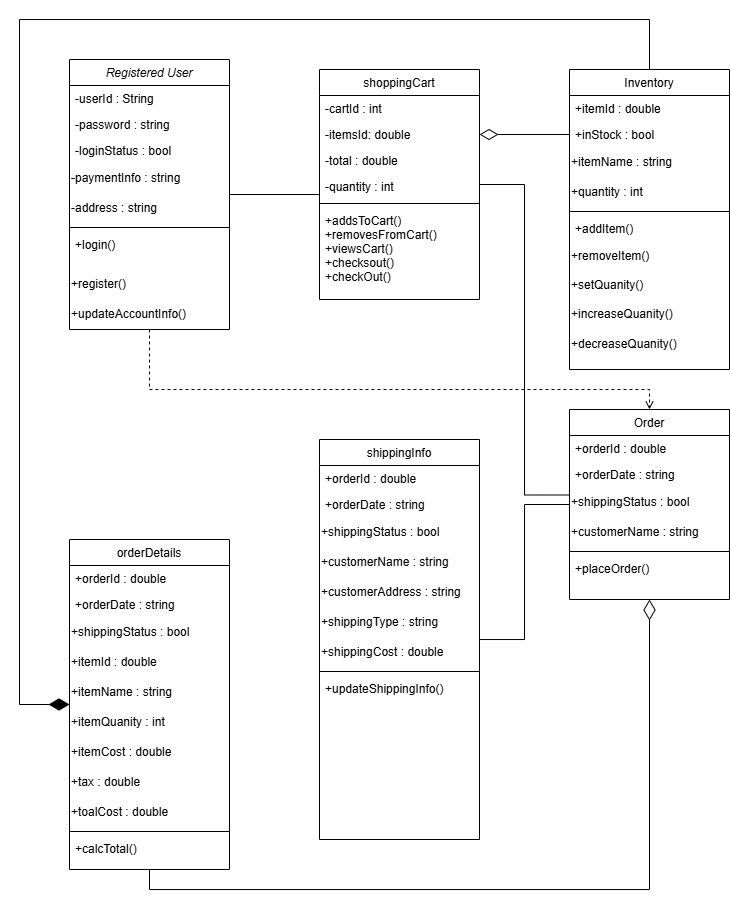
Before: Use Case Diagrams/classDiagram.drawio.png, a diagram exported from draw.io (gavinbarry60/group8). Source tidied: cells renumbered, new cells last; positions are measured from the earlier drawing's top-left corner, leaving out a move shared by most shapes.
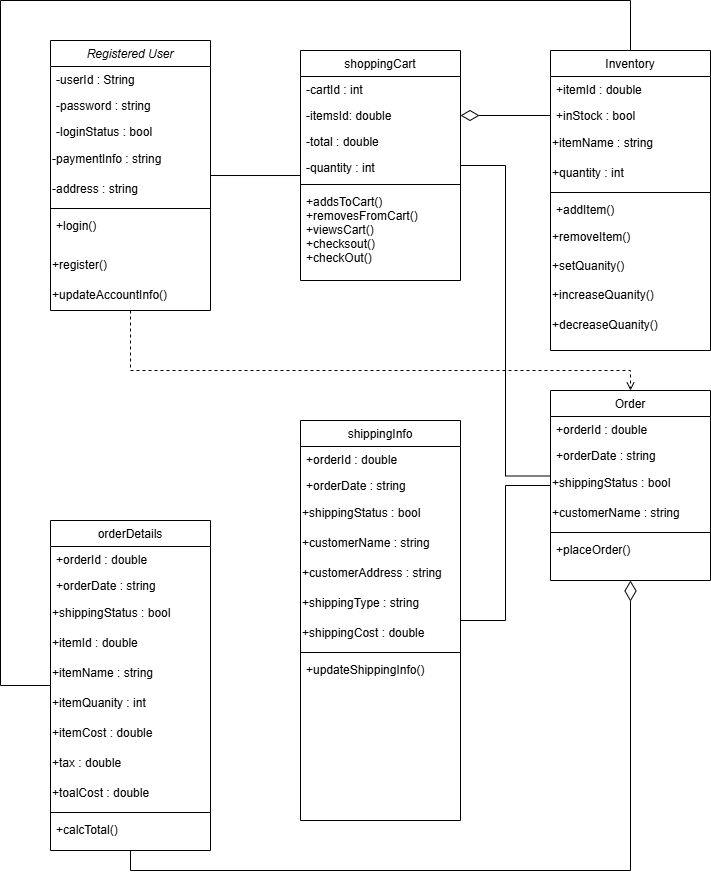
The same diagram one commit later.

What changed in the source:
```diff
@@ -159,7 +159,7 @@
     <mxCell id="50" value="+updateShippingInfo()" style="text;align=left;verticalAlign=top;spacingLeft=4;spacingRight=4;overflow=hidden;" parent="41" vertex="1">
       <mxGeometry y="236" width="160" height="26" as="geometry" />
     </mxCell>
-    <mxCell id="51" style="edgeStyle=orthogonalEdgeStyle;rounded=0;jettySize=auto;html=1;endArrow=diamondThin;endFill=1;endSize=18;exitX=0.5;exitY=0;exitDx=0;exitDy=0;" parent="1" edge="1" source="21" target="52">
+    <mxCell id="51" style="edgeStyle=orthogonalEdgeStyle;rounded=0;jettySize=auto;html=1;endArrow=none;endFill=1;endSize=18;exitX=0.5;exitY=0;exitDx=0;exitDy=0;startFill=0;" parent="1" edge="1" source="21" target="52">
       <mxGeometry relative="1" as="geometry">
         <Array as="points">
           <mxPoint x="630" />
```
